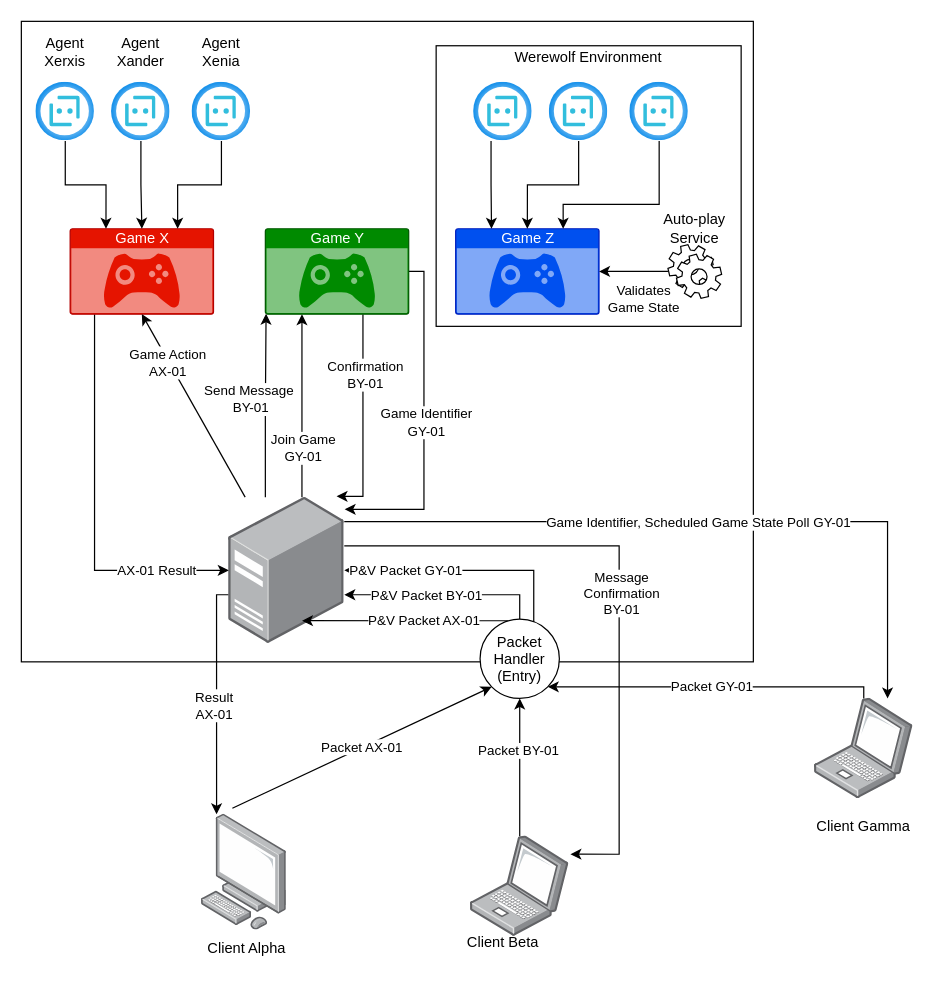
Before: Documentation/Drawio/GeneralArchitecture.drawio in GeorgeVelikov/RLereWolf, a draw.io diagram. Source tidied: cells renumbered, new cells numbered last; positions are measured from the earlier drawing's top-left corner, leaving out a move shared by most shapes. Both pictures are drawn from the tidied source at 122%, with x=0, y=0 at pixel (21, 21).
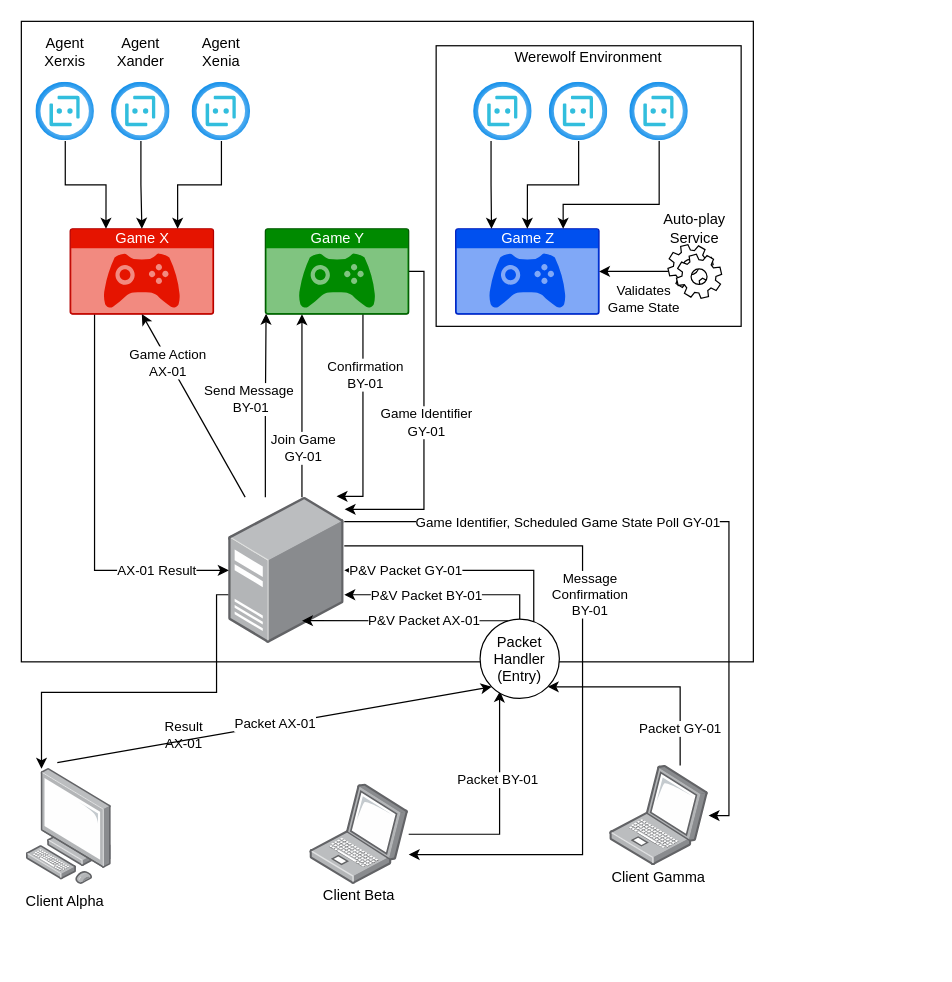
After the change.

Commit message:
Tidy up General Architecture to easily fit in an A4

The change refers to these unchanged cells:
```xml
<mxCell id="16" style="points=[];html=1;align=center;shadow=0;dashed=0;image;image=img/lib/allied_telesis/computer_and_terminals/Server_Desktop.svg;" parent="1" vertex="1">
  <mxGeometry x="170" y="390" width="94.7" height="120" as="geometry" />
</mxCell>
<mxCell id="35" value="Packet&#10;Handler&#10;(Entry)" style="ellipse;fillColor=#ffffff;strokeColor=#000000;" parent="1" vertex="1">
  <mxGeometry x="376" y="490" width="65" height="65" as="geometry" />
</mxCell>
```

What changed in the source:
```diff
@@
-    <mxCell id="4" value="Packet BY-01&amp;nbsp;" style="edgeStyle=orthogonalEdgeStyle;rounded=0;jettySize=auto;html=1;entryX=0.5;entryY=1;entryDx=0;entryDy=0;" parent="1" edge="1" source="5" target="35">
-      <mxGeometry x="0.24" relative="1" as="geometry" />
+    <mxCell id="4" value="Packet BY-01&amp;nbsp;" style="edgeStyle=orthogonalEdgeStyle;rounded=0;jettySize=auto;html=1;entryX=0.252;entryY=0.91;entryDx=0;entryDy=0;entryPerimeter=0;" parent="1" edge="1" source="5" target="35">
+      <mxGeometry x="0.24" relative="1" as="geometry">
+        <Array as="points">
+          <mxPoint x="392" y="666" />
+          <mxPoint x="392" y="555" />
+        </Array>
+      </mxGeometry>
     </mxCell>
     <mxCell id="5" style="points=[];html=1;align=center;shadow=0;dashed=0;image;image=img/lib/allied_telesis/computer_and_terminals/Laptop.svg;" parent="1" vertex="1">
-      <mxGeometry x="368" y="667.9" width="81" height="82.1" as="geometry" />
+      <mxGeometry x="236.5" y="625.3" width="81" height="82.1" as="geometry" />
     </mxCell>
     <mxCell id="6" style="edgeStyle=orthogonalEdgeStyle;rounded=0;jettySize=auto;html=1;entryX=0.179;entryY=0;entryDx=0;entryDy=0;entryPerimeter=0;" parent="1" edge="1" source="16" target="17">
       <mxGeometry relative="1" as="geometry">
         <Array as="points">
           <mxPoint x="160" y="470" />
+          <mxPoint x="160" y="550" />
+          <mxPoint x="16" y="550" />
         </Array>
       </mxGeometry>
     </mxCell>
@@
     <mxCell id="12" style="edgeStyle=orthogonalEdgeStyle;rounded=0;jettySize=auto;html=1;" parent="1" edge="1" source="16" target="48">
       <mxGeometry relative="1" as="geometry">
         <Array as="points">
-          <mxPoint x="710" y="410" />
+          <mxPoint x="580" y="410" />
+          <mxPoint x="580" y="651" />
         </Array>
       </mxGeometry>
     </mxCell>
     <mxCell id="13" value="Game Identifier, Scheduled Game State Poll GY-01" style="edgeLabel;html=1;align=center;verticalAlign=middle;" parent="12" vertex="1">
       <mxGeometry x="-0.02" y="-1" relative="1" as="geometry">
-        <mxPoint x="0.3" y="-1" as="offset" />
+        <mxPoint x="-97.9" y="-1" as="offset" />
       </mxGeometry>
     </mxCell>
-    <mxCell id="14" style="edgeStyle=orthogonalEdgeStyle;rounded=0;jettySize=auto;html=1;entryX=1.013;entryY=0.18;entryDx=0;entryDy=0;entryPerimeter=0;" parent="1" edge="1" source="16" target="5">
+    <mxCell id="14" style="edgeStyle=orthogonalEdgeStyle;rounded=0;jettySize=auto;html=1;" parent="1" edge="1" source="16" target="5">
       <mxGeometry relative="1" as="geometry">
         <Array as="points">
-          <mxPoint x="490" y="430" />
-          <mxPoint x="490" y="683" />
+          <mxPoint x="460" y="430" />
+          <mxPoint x="460" y="683" />
         </Array>
       </mxGeometry>
     </mxCell>
     <mxCell id="15" value="Message&lt;br&gt;Confirmation&lt;br&gt;BY-01" style="edgeLabel;html=1;align=center;verticalAlign=middle;" parent="14" vertex="1">
       <mxGeometry x="-0.08" y="1" relative="1" as="geometry">
-        <mxPoint y="26.2" as="offset" />
+        <mxPoint x="4" y="-37.1" as="offset" />
       </mxGeometry>
     </mxCell>
@@
     <mxCell id="17" style="points=[];html=1;align=center;shadow=0;dashed=0;image;image=img/lib/allied_telesis/computer_and_terminals/Personal_Computer.svg;" parent="1" vertex="1">
-      <mxGeometry x="147.5" y="650" width="70" height="94.9" as="geometry" />
+      <mxGeometry x="4" y="612.6" width="70" height="94.9" as="geometry" />
     </mxCell>
@@
     <mxCell id="36" value="Client Alpha" style="text;html=1;strokeColor=none;fillColor=none;align=center;verticalAlign=middle;whiteSpace=wrap;rounded=0;" parent="1" vertex="1">
-      <mxGeometry x="150.1" y="750" width="69.9" height="20" as="geometry" />
+      <mxGeometry x="1.1" y="712.1" width="69.9" height="20" as="geometry" />
     </mxCell>
@@
     <mxCell id="46" value="Client Beta" style="text;html=1;strokeColor=none;fillColor=none;align=center;verticalAlign=middle;whiteSpace=wrap;rounded=0;" parent="1" vertex="1">
-      <mxGeometry x="360" y="744.9" width="69.9" height="20" as="geometry" />
+      <mxGeometry x="242.1" y="707.4" width="69.9" height="20" as="geometry" />
     </mxCell>
     <mxCell id="47" value="Packet GY-01" style="edgeStyle=orthogonalEdgeStyle;rounded=0;jettySize=auto;html=1;entryX=1;entryY=1;entryDx=0;entryDy=0;" parent="1" edge="1" source="48" target="35">
-      <mxGeometry relative="1" as="geometry">
+      <mxGeometry x="-0.65" relative="1" as="geometry">
         <Array as="points">
-          <mxPoint x="691" y="545" />
+          <mxPoint x="540" y="546" />
         </Array>
       </mxGeometry>
     </mxCell>
     <mxCell id="48" style="points=[];html=1;align=center;shadow=0;dashed=0;image;image=img/lib/allied_telesis/computer_and_terminals/Laptop.svg;" parent="1" vertex="1">
-      <mxGeometry x="650" y="555" width="81" height="82.1" as="geometry" />
+      <mxGeometry x="482.3" y="610" width="81" height="82.1" as="geometry" />
     </mxCell>
     <mxCell id="49" value="Client Gamma" style="text;html=1;strokeColor=none;fillColor=none;align=center;verticalAlign=middle;whiteSpace=wrap;rounded=0;" parent="1" vertex="1">
-      <mxGeometry x="636" y="650" width="108.9" height="20" as="geometry" />
+      <mxGeometry x="468.3" y="692.1" width="108.9" height="20" as="geometry" />
     </mxCell>
```
